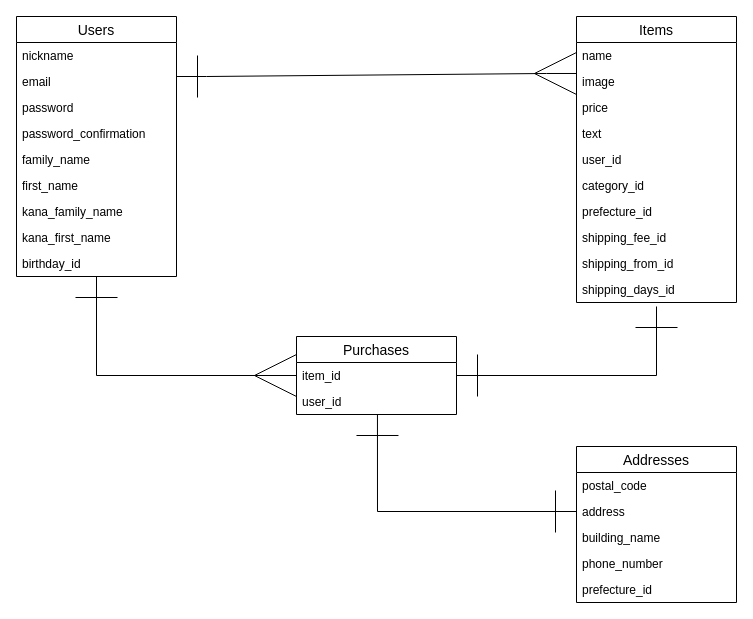
phyirome/furima-29228 keeps this draw.io diagram as config/ERD.drawio. Above is the earlier version. Source tidied: cells renumbered, new cells numbered last; positions are measured from the earlier drawing's top-left corner, leaving out a move shared by most shapes. Both pictures are drawn from the tidied source at 100%, with x=0, y=0 at pixel (16, 16).
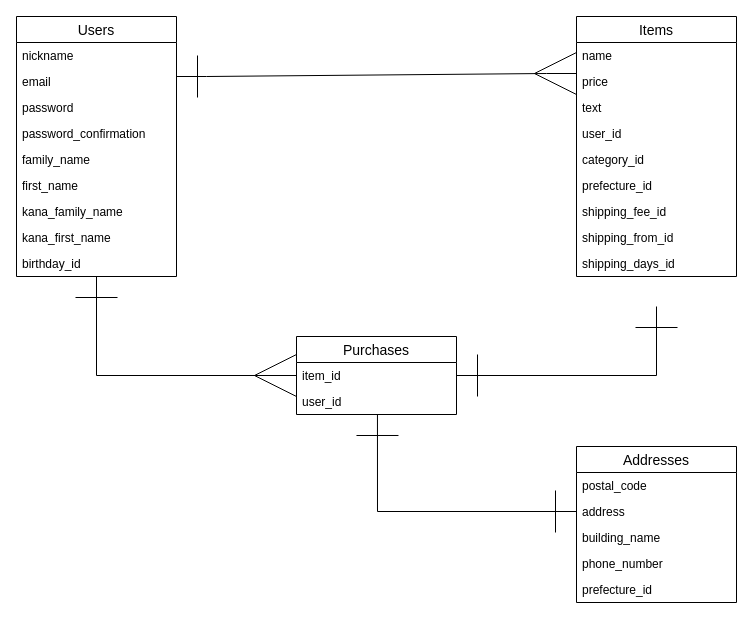
The same diagram, later.

Commit message (it also covers changes not shown here):
ER図とデータベース設計の修正6

Diff of the diagram source:
```diff
@@
     <mxCell id="12" value="Items" style="swimlane;fontStyle=0;horizontal=1;startSize=26;align=center;fontSize=14;" parent="1" vertex="1">
-      <mxGeometry x="560" width="160" height="286" as="geometry" />
+      <mxGeometry x="560" width="160" height="260" as="geometry" />
     </mxCell>
@@
-    <mxCell id="14" value="image" style="text;strokeColor=none;fillColor=none;spacingLeft=4;spacingRight=4;overflow=hidden;points=[[0,0.5],[1,0.5]];portConstraint=eastwest;fontSize=12;" parent="12" vertex="1">
-      <mxGeometry y="52" width="160" height="26" as="geometry" />
-    </mxCell>
     <mxCell id="15" value="price" style="text;strokeColor=none;fillColor=none;spacingLeft=4;spacingRight=4;overflow=hidden;fontSize=12;" parent="12" vertex="1">
-      <mxGeometry y="78" width="160" height="26" as="geometry" />
+      <mxGeometry y="52" width="160" height="26" as="geometry" />
     </mxCell>
     <mxCell id="16" value="text" style="text;strokeColor=none;fillColor=none;spacingLeft=4;spacingRight=4;overflow=hidden;fontSize=12;" parent="12" vertex="1">
-      <mxGeometry y="104" width="160" height="26" as="geometry" />
+      <mxGeometry y="78" width="160" height="26" as="geometry" />
     </mxCell>
     <mxCell id="17" value="user_id" style="text;strokeColor=none;fillColor=none;spacingLeft=4;spacingRight=4;overflow=hidden;fontSize=12;" parent="12" vertex="1">
-      <mxGeometry y="130" width="160" height="26" as="geometry" />
+      <mxGeometry y="104" width="160" height="26" as="geometry" />
     </mxCell>
     <mxCell id="18" value="category_id" style="text;strokeColor=none;fillColor=none;spacingLeft=4;spacingRight=4;overflow=hidden;fontSize=12;" parent="12" vertex="1">
-      <mxGeometry y="156" width="160" height="26" as="geometry" />
+      <mxGeometry y="130" width="160" height="26" as="geometry" />
     </mxCell>
     <mxCell id="19" value="prefecture_id" style="text;strokeColor=none;fillColor=none;spacingLeft=4;spacingRight=4;overflow=hidden;fontSize=12;" parent="12" vertex="1">
-      <mxGeometry y="182" width="160" height="26" as="geometry" />
+      <mxGeometry y="156" width="160" height="26" as="geometry" />
     </mxCell>
     <mxCell id="20" value="shipping_fee_id" style="text;strokeColor=none;fillColor=none;spacingLeft=4;spacingRight=4;overflow=hidden;fontSize=12;" parent="12" vertex="1">
-      <mxGeometry y="208" width="160" height="26" as="geometry" />
+      <mxGeometry y="182" width="160" height="26" as="geometry" />
     </mxCell>
     <mxCell id="21" value="shipping_from_id" style="text;strokeColor=none;fillColor=none;spacingLeft=4;spacingRight=4;overflow=hidden;fontSize=12;" parent="12" vertex="1">
-      <mxGeometry y="234" width="160" height="26" as="geometry" />
+      <mxGeometry y="208" width="160" height="26" as="geometry" />
     </mxCell>
     <mxCell id="22" value="shipping_days_id" style="text;strokeColor=none;fillColor=none;spacingLeft=4;spacingRight=4;overflow=hidden;fontSize=12;" parent="12" vertex="1">
-      <mxGeometry y="260" width="160" height="26" as="geometry" />
+      <mxGeometry y="234" width="160" height="26" as="geometry" />
     </mxCell>
-    <mxCell id="23" style="edgeStyle=entityRelationEdgeStyle;fontSize=12;html=1;endArrow=ERmany;entryX=0;entryY=0.192;entryDx=0;entryDy=0;entryPerimeter=0;endSize=40;startArrow=ERone;startFill=0;rounded=0;startSize=40;" parent="1" edge="1" target="14">
+    <mxCell id="23" style="edgeStyle=entityRelationEdgeStyle;fontSize=12;html=1;endArrow=ERmany;entryX=0;entryY=0.192;entryDx=0;entryDy=0;entryPerimeter=0;endSize=40;startArrow=ERone;startFill=0;rounded=0;startSize=40;" parent="1" edge="1">
       <mxGeometry relative="1" as="geometry">
         <mxPoint x="160" y="60" as="sourcePoint" />
+        <mxPoint x="560" y="57" as="targetPoint" />
       </mxGeometry>
     </mxCell>
```
